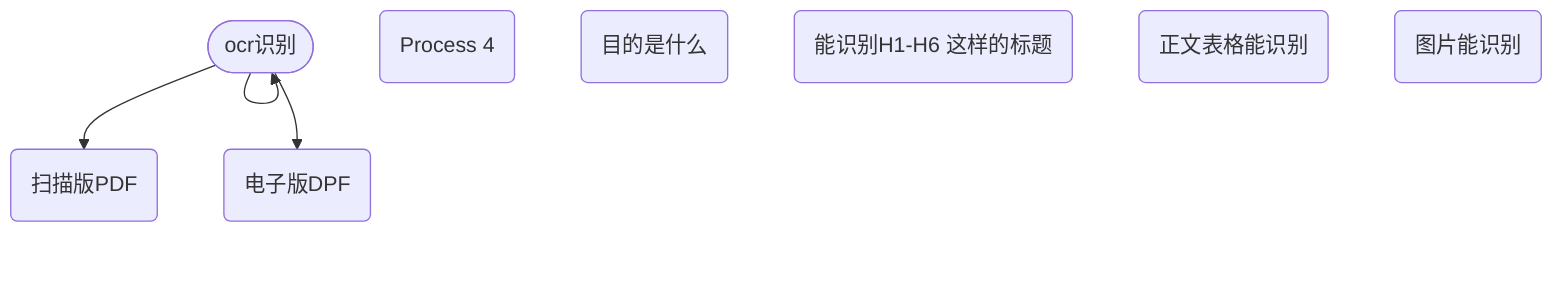
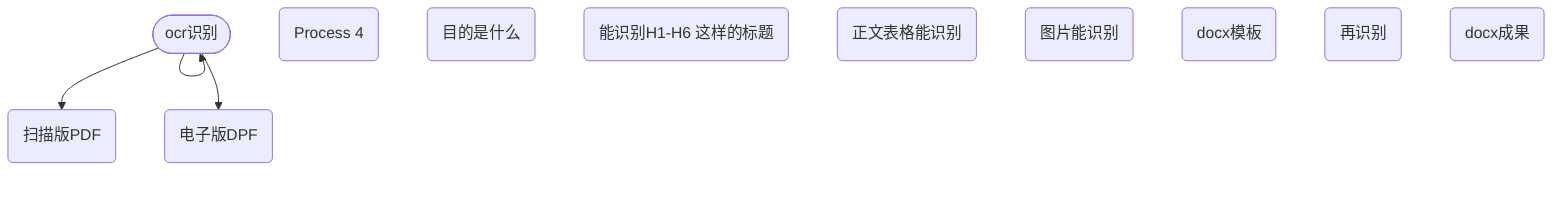
flowchart TD
  n_0(["ocr识别"])
  n_1("扫描版PDF")
  n_2("电子版DPF")
  n_3("Process 4")
  n_4("目的是什么")
  n_5("能识别H1-H6 这样的标题")
  n_6("正文表格能识别")
  n_7("图片能识别")
+   n_8("docx模板")
+   n_9("再识别")
+   n_10("docx成果")
  n_0 --> n_0
  n_0 --> n_1
  n_0 --> n_2
